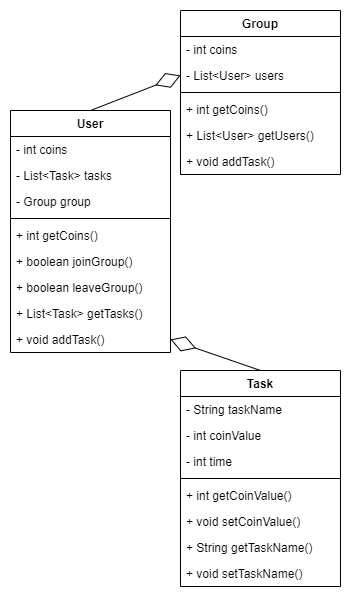
This is doc/design/class_diagram2.png from tshi13/Do-It, a draw.io export, as it was before one commit. Source tidied: cells renumbered, new cells last; positions are measured from the earlier drawing's top-left corner, leaving out a move shared by most shapes.
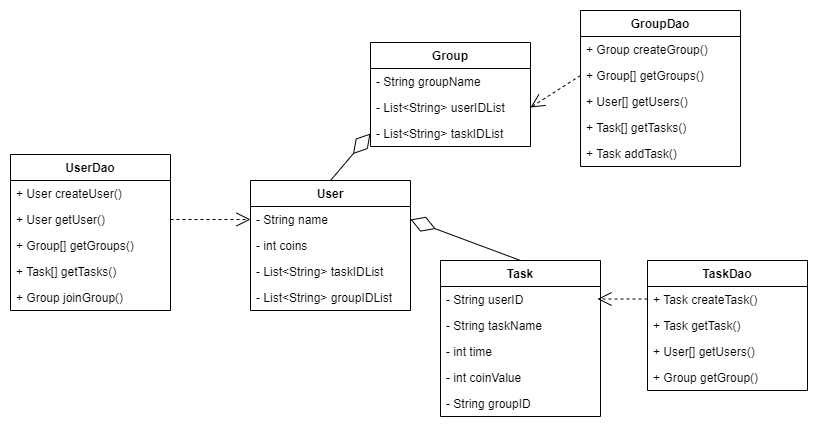
The same file after the commit.

Commit message:
Add Taiming's UML diagram

Diff of the diagram source:
```diff
@@ -3,88 +3,120 @@
     <mxCell id="0" />
     <mxCell id="1" parent="0" />
     <mxCell id="2" value="User" style="swimlane;fontStyle=1;align=center;verticalAlign=top;horizontal=1;startSize=26;" parent="1" vertex="1">
-      <mxGeometry y="100" width="160" height="242" as="geometry" />
+      <mxGeometry y="100" width="160" height="130" as="geometry" />
     </mxCell>
+    <mxCell id="30" value="- String name" style="text;strokeColor=none;fillColor=none;align=left;verticalAlign=top;spacingLeft=4;spacingRight=4;overflow=hidden;points=[[0,0.5],[1,0.5]];portConstraint=eastwest;" parent="2" vertex="1">
+      <mxGeometry y="26" width="160" height="26" as="geometry" />
+    </mxCell>
     <mxCell id="3" value="- int coins" style="text;strokeColor=none;fillColor=none;align=left;verticalAlign=top;spacingLeft=4;spacingRight=4;overflow=hidden;" parent="2" vertex="1">
-      <mxGeometry y="26" width="160" height="26" as="geometry" />
+      <mxGeometry y="52" width="160" height="26" as="geometry" />
     </mxCell>
-    <mxCell id="4" value="- List&lt;Task&gt; tasks" style="text;strokeColor=none;fillColor=none;align=left;verticalAlign=top;spacingLeft=4;spacingRight=4;overflow=hidden;" parent="2" vertex="1">
-      <mxGeometry y="52" width="160" height="26" as="geometry" />
+    <mxCell id="4" value="- List&lt;String&gt; taskIDList" style="text;strokeColor=none;fillColor=none;align=left;verticalAlign=top;spacingLeft=4;spacingRight=4;overflow=hidden;" parent="2" vertex="1">
+      <mxGeometry y="78" width="160" height="26" as="geometry" />
     </mxCell>
-    <mxCell id="5" value="- Group group" style="text;strokeColor=none;fillColor=none;align=left;verticalAlign=top;spacingLeft=4;spacingRight=4;overflow=hidden;" parent="2" vertex="1">
-      <mxGeometry y="78" width="160" height="26" as="geometry" />
+    <mxCell id="5" value="- List&lt;String&gt; groupIDList" style="text;strokeColor=none;fillColor=none;align=left;verticalAlign=top;spacingLeft=4;spacingRight=4;overflow=hidden;" parent="2" vertex="1">
+      <mxGeometry y="104" width="160" height="26" as="geometry" />
     </mxCell>
-    <mxCell id="6" style="line;strokeWidth=1;fillColor=none;align=left;verticalAlign=middle;spacingTop=-1;spacingLeft=3;spacingRight=3;labelPosition=right;strokeColor=inherit;" parent="2" vertex="1">
-      <mxGeometry y="104" width="160" height="8" as="geometry" />
-    </mxCell>
-    <mxCell id="7" value="+ int getCoins()" style="text;strokeColor=none;fillColor=none;align=left;verticalAlign=top;spacingLeft=4;spacingRight=4;overflow=hidden;" parent="2" vertex="1">
-      <mxGeometry y="112" width="160" height="26" as="geometry" />
-    </mxCell>
-    <mxCell id="8" value="+ boolean joinGroup()" style="text;strokeColor=none;fillColor=none;align=left;verticalAlign=top;spacingLeft=4;spacingRight=4;overflow=hidden;" parent="2" vertex="1">
-      <mxGeometry y="138" width="160" height="26" as="geometry" />
-    </mxCell>
-    <mxCell id="9" value="+ boolean leaveGroup() " style="text;strokeColor=none;fillColor=none;align=left;verticalAlign=top;spacingLeft=4;spacingRight=4;overflow=hidden;" parent="2" vertex="1">
-      <mxGeometry y="164" width="160" height="26" as="geometry" />
-    </mxCell>
-    <mxCell id="10" value="+ List&lt;Task&gt; getTasks()" style="text;strokeColor=none;fillColor=none;align=left;verticalAlign=top;spacingLeft=4;spacingRight=4;overflow=hidden;" parent="2" vertex="1">
-      <mxGeometry y="190" width="160" height="26" as="geometry" />
-    </mxCell>
-    <mxCell id="11" value="+ void addTask()" style="text;strokeColor=none;fillColor=none;align=left;verticalAlign=top;spacingLeft=4;spacingRight=4;overflow=hidden;points=[[0,0.5],[1,0.5]];portConstraint=eastwest;" parent="2" vertex="1">
-      <mxGeometry y="216" width="160" height="26" as="geometry" />
-    </mxCell>
     <mxCell id="12" value="Task" style="swimlane;fontStyle=1;align=center;verticalAlign=top;horizontal=1;startSize=26;" parent="1" vertex="1">
-      <mxGeometry x="170" y="360" width="160" height="216" as="geometry" />
+      <mxGeometry x="190" y="180" width="160" height="156" as="geometry" />
     </mxCell>
+    <mxCell id="31" value="- String userID" style="text;strokeColor=none;fillColor=none;align=left;verticalAlign=top;spacingLeft=4;spacingRight=4;overflow=hidden;" parent="12" vertex="1">
+      <mxGeometry y="26" width="160" height="26" as="geometry" />
+    </mxCell>
     <mxCell id="13" value="- String taskName" style="text;strokeColor=none;fillColor=none;align=left;verticalAlign=top;spacingLeft=4;spacingRight=4;overflow=hidden;" parent="12" vertex="1">
-      <mxGeometry y="26" width="160" height="26" as="geometry" />
+      <mxGeometry y="52" width="160" height="26" as="geometry" />
     </mxCell>
+    <mxCell id="15" value="- int time" style="text;strokeColor=none;fillColor=none;align=left;verticalAlign=top;spacingLeft=4;spacingRight=4;overflow=hidden;" parent="12" vertex="1">
+      <mxGeometry y="78" width="160" height="26" as="geometry" />
+    </mxCell>
     <mxCell id="14" value="- int coinValue" style="text;strokeColor=none;fillColor=none;align=left;verticalAlign=top;spacingLeft=4;spacingRight=4;overflow=hidden;" parent="12" vertex="1">
-      <mxGeometry y="52" width="160" height="26" as="geometry" />
+      <mxGeometry y="104" width="160" height="26" as="geometry" />
     </mxCell>
-    <mxCell id="15" value="- int time" style="text;strokeColor=none;fillColor=none;align=left;verticalAlign=top;spacingLeft=4;spacingRight=4;overflow=hidden;" parent="12" vertex="1">
-      <mxGeometry y="78" width="160" height="26" as="geometry" />
-    </mxCell>
-    <mxCell id="16" style="line;strokeWidth=1;fillColor=none;align=left;verticalAlign=middle;spacingTop=-1;spacingLeft=3;spacingRight=3;labelPosition=right;strokeColor=inherit;" parent="12" vertex="1">
-      <mxGeometry y="104" width="160" height="8" as="geometry" />
-    </mxCell>
-    <mxCell id="17" value="+ int getCoinValue()" style="text;strokeColor=none;fillColor=none;align=left;verticalAlign=top;spacingLeft=4;spacingRight=4;overflow=hidden;" parent="12" vertex="1">
-      <mxGeometry y="112" width="160" height="26" as="geometry" />
-    </mxCell>
-    <mxCell id="18" value="+ void setCoinValue()" style="text;strokeColor=none;fillColor=none;align=left;verticalAlign=top;spacingLeft=4;spacingRight=4;overflow=hidden;" parent="12" vertex="1">
-      <mxGeometry y="138" width="160" height="26" as="geometry" />
-    </mxCell>
-    <mxCell id="19" value="+ String getTaskName()" style="text;strokeColor=none;fillColor=none;align=left;verticalAlign=top;spacingLeft=4;spacingRight=4;overflow=hidden;" parent="12" vertex="1">
-      <mxGeometry y="164" width="160" height="26" as="geometry" />
-    </mxCell>
-    <mxCell id="20" value="+ void setTaskName()" style="text;strokeColor=none;fillColor=none;align=left;verticalAlign=top;spacingLeft=4;spacingRight=4;overflow=hidden;" parent="12" vertex="1">
-      <mxGeometry y="190" width="160" height="26" as="geometry" />
-    </mxCell>
+    <mxCell id="32" value="- String groupID" style="text;strokeColor=none;fillColor=none;align=left;verticalAlign=top;spacingLeft=4;spacingRight=4;overflow=hidden;" parent="12" vertex="1">
+      <mxGeometry y="130" width="160" height="26" as="geometry" />
+    </mxCell>
     <mxCell id="21" value="Group" style="swimlane;fontStyle=1;align=center;verticalAlign=top;horizontal=1;startSize=26;" parent="1" vertex="1">
-      <mxGeometry x="170" width="160" height="164" as="geometry" />
+      <mxGeometry x="120" y="-38" width="160" height="104" as="geometry" />
     </mxCell>
-    <mxCell id="22" value="- int coins" style="text;strokeColor=none;fillColor=none;align=left;verticalAlign=top;spacingLeft=4;spacingRight=4;overflow=hidden;" parent="21" vertex="1">
-      <mxGeometry y="26" width="160" height="26" as="geometry" />
-    </mxCell>
-    <mxCell id="23" value="- List&lt;User&gt; users" style="text;strokeColor=none;fillColor=none;align=left;verticalAlign=top;spacingLeft=4;spacingRight=4;overflow=hidden;points=[[0,0.5],[1,0.5]];portConstraint=eastwest;" parent="21" vertex="1">
-      <mxGeometry y="52" width="160" height="26" as="geometry" />
-    </mxCell>
-    <mxCell id="24" style="line;strokeWidth=1;fillColor=none;align=left;verticalAlign=middle;spacingTop=-1;spacingLeft=3;spacingRight=3;labelPosition=right;strokeColor=inherit;" parent="21" vertex="1">
-      <mxGeometry y="78" width="160" height="8" as="geometry" />
-    </mxCell>
-    <mxCell id="25" value="+ int getCoins()" style="text;strokeColor=none;fillColor=none;align=left;verticalAlign=top;spacingLeft=4;spacingRight=4;overflow=hidden;" parent="21" vertex="1">
-      <mxGeometry y="86" width="160" height="26" as="geometry" />
-    </mxCell>
-    <mxCell id="26" value="+ List&lt;User&gt; getUsers()" style="text;strokeColor=none;fillColor=none;align=left;verticalAlign=top;spacingLeft=4;spacingRight=4;overflow=hidden;" parent="21" vertex="1">
-      <mxGeometry y="112" width="160" height="26" as="geometry" />
-    </mxCell>
-    <mxCell id="27" value="+ void addTask()" style="text;strokeColor=none;fillColor=none;align=left;verticalAlign=top;spacingLeft=4;spacingRight=4;overflow=hidden;" parent="21" vertex="1">
-      <mxGeometry y="138" width="160" height="26" as="geometry" />
-    </mxCell>
+    <mxCell id="33" value="- String groupName" style="text;strokeColor=none;fillColor=none;align=left;verticalAlign=top;spacingLeft=4;spacingRight=4;overflow=hidden;" parent="21" vertex="1">
+      <mxGeometry y="26" width="160" height="26" as="geometry" />
+    </mxCell>
+    <mxCell id="34" value="- List&lt;String&gt; userIDList" style="text;strokeColor=none;fillColor=none;align=left;verticalAlign=top;spacingLeft=4;spacingRight=4;overflow=hidden;points=[[0,0.5],[1,0.5]];portConstraint=eastwest;" parent="21" vertex="1">
+      <mxGeometry y="52" width="160" height="26" as="geometry" />
+    </mxCell>
+    <mxCell id="35" value="- List&lt;String&gt; taskIDList" style="text;strokeColor=none;fillColor=none;align=left;verticalAlign=top;spacingLeft=4;spacingRight=4;overflow=hidden;points=[[0,0.5],[1,0.5]];portConstraint=eastwest;" parent="21" vertex="1">
+      <mxGeometry y="78" width="160" height="26" as="geometry" />
+    </mxCell>
-    <mxCell id="28" style="endArrow=diamondThin;endFill=0;endSize=24;html=1;rounded=0;entryX=1;entryY=0.5;entryDx=0;entryDy=0;exitX=0.5;exitY=0;exitDx=0;exitDy=0;" parent="1" edge="1" source="12" target="11">
+    <mxCell id="28" style="endArrow=diamondThin;endFill=0;endSize=24;html=1;rounded=0;entryX=1;entryY=0.5;entryDx=0;entryDy=0;exitX=0.5;exitY=0;exitDx=0;exitDy=0;" parent="1" edge="1" source="12" target="30">
       <mxGeometry relative="1" as="geometry" />
     </mxCell>
-    <mxCell id="29" style="endArrow=diamondThin;endFill=0;endSize=24;html=1;rounded=0;entryX=0;entryY=0.5;entryDx=0;entryDy=0;exitX=0.5;exitY=0;exitDx=0;exitDy=0;" parent="1" edge="1" source="2" target="23">
+    <mxCell id="29" style="endArrow=diamondThin;endFill=0;endSize=24;html=1;rounded=0;exitX=0.5;exitY=0;exitDx=0;exitDy=0;entryX=0;entryY=0.5;entryDx=0;entryDy=0;" parent="1" edge="1" source="2" target="35">
       <mxGeometry relative="1" as="geometry" />
     </mxCell>
+    <mxCell id="36" value="UserDao" style="swimlane;fontStyle=1;align=center;verticalAlign=top;horizontal=1;startSize=26;" parent="1" vertex="1">
+      <mxGeometry x="-240" y="74" width="160" height="156" as="geometry" />
+    </mxCell>
+    <mxCell id="37" value="+ User createUser()" style="text;strokeColor=none;fillColor=none;align=left;verticalAlign=top;spacingLeft=4;spacingRight=4;overflow=hidden;" parent="36" vertex="1">
+      <mxGeometry y="26" width="160" height="26" as="geometry" />
+    </mxCell>
+    <mxCell id="38" value="+ User getUser()" style="text;strokeColor=none;fillColor=none;align=left;verticalAlign=top;spacingLeft=4;spacingRight=4;overflow=hidden;points=[[0,0.5],[1,0.5]];portConstraint=eastwest;" parent="36" vertex="1">
+      <mxGeometry y="52" width="160" height="26" as="geometry" />
+    </mxCell>
+    <mxCell id="39" value="+ Group[] getGroups()" style="text;strokeColor=none;fillColor=none;align=left;verticalAlign=top;spacingLeft=4;spacingRight=4;overflow=hidden;" parent="36" vertex="1">
+      <mxGeometry y="78" width="160" height="26" as="geometry" />
+    </mxCell>
+    <mxCell id="40" value="+ Task[] getTasks()" style="text;strokeColor=none;fillColor=none;align=left;verticalAlign=top;spacingLeft=4;spacingRight=4;overflow=hidden;" parent="36" vertex="1">
+      <mxGeometry y="104" width="160" height="26" as="geometry" />
+    </mxCell>
+    <mxCell id="8" value="+ Group joinGroup()" style="text;strokeColor=none;fillColor=none;align=left;verticalAlign=top;spacingLeft=4;spacingRight=4;overflow=hidden;" parent="36" vertex="1">
+      <mxGeometry y="130" width="160" height="26" as="geometry" />
+    </mxCell>
+    <mxCell id="41" value="GroupDao" style="swimlane;fontStyle=1;align=center;verticalAlign=top;horizontal=1;startSize=26;" parent="1" vertex="1">
+      <mxGeometry x="330" y="-70" width="160" height="156" as="geometry" />
+    </mxCell>
+    <mxCell id="42" value="+ Group createGroup()" style="text;strokeColor=none;fillColor=none;align=left;verticalAlign=top;spacingLeft=4;spacingRight=4;overflow=hidden;" parent="41" vertex="1">
+      <mxGeometry y="26" width="160" height="26" as="geometry" />
+    </mxCell>
+    <mxCell id="43" value="+ Group[] getGroups()" style="text;strokeColor=none;fillColor=none;align=left;verticalAlign=top;spacingLeft=4;spacingRight=4;overflow=hidden;" parent="41" vertex="1">
+      <mxGeometry y="52" width="160" height="26" as="geometry" />
+    </mxCell>
+    <mxCell id="44" value="+ User[] getUsers()" style="text;strokeColor=none;fillColor=none;align=left;verticalAlign=top;spacingLeft=4;spacingRight=4;overflow=hidden;" parent="41" vertex="1">
+      <mxGeometry y="78" width="160" height="26" as="geometry" />
+    </mxCell>
+    <mxCell id="45" value="+ Task[] getTasks()" style="text;strokeColor=none;fillColor=none;align=left;verticalAlign=top;spacingLeft=4;spacingRight=4;overflow=hidden;" parent="41" vertex="1">
+      <mxGeometry y="104" width="160" height="26" as="geometry" />
+    </mxCell>
+    <mxCell id="46" value="+ Task addTask()" style="text;strokeColor=none;fillColor=none;align=left;verticalAlign=top;spacingLeft=4;spacingRight=4;overflow=hidden;" parent="41" vertex="1">
+      <mxGeometry y="130" width="160" height="26" as="geometry" />
+    </mxCell>
+    <mxCell id="47" style="endArrow=open;endFill=1;endSize=12;html=1;rounded=0;dashed=1;exitX=1;exitY=0.5;exitDx=0;exitDy=0;entryX=0;entryY=0.5;entryDx=0;entryDy=0;" parent="1" edge="1" source="38" target="30">
+      <mxGeometry relative="1" as="geometry" />
+    </mxCell>
+    <mxCell id="48" style="endArrow=open;endFill=1;endSize=12;html=1;rounded=0;dashed=1;exitX=0;exitY=0.5;exitDx=0;exitDy=0;entryX=1;entryY=0.5;entryDx=0;entryDy=0;" parent="1" edge="1" target="34">
+      <mxGeometry relative="1" as="geometry">
+        <mxPoint x="330" y="-5" as="sourcePoint" />
+      </mxGeometry>
+    </mxCell>
+    <mxCell id="49" value="TaskDao" style="swimlane;fontStyle=1;align=center;verticalAlign=top;horizontal=1;startSize=26;" parent="1" vertex="1">
+      <mxGeometry x="397" y="180" width="160" height="130" as="geometry" />
+    </mxCell>
+    <mxCell id="50" value="+ Task createTask()" style="text;strokeColor=none;fillColor=none;align=left;verticalAlign=top;spacingLeft=4;spacingRight=4;overflow=hidden;" parent="49" vertex="1">
+      <mxGeometry y="26" width="160" height="26" as="geometry" />
+    </mxCell>
+    <mxCell id="51" value="+ Task getTask()" style="text;strokeColor=none;fillColor=none;align=left;verticalAlign=top;spacingLeft=4;spacingRight=4;overflow=hidden;" parent="49" vertex="1">
+      <mxGeometry y="52" width="160" height="26" as="geometry" />
+    </mxCell>
+    <mxCell id="52" value="+ User[] getUsers()" style="text;strokeColor=none;fillColor=none;align=left;verticalAlign=top;spacingLeft=4;spacingRight=4;overflow=hidden;" parent="49" vertex="1">
+      <mxGeometry y="78" width="160" height="26" as="geometry" />
+    </mxCell>
+    <mxCell id="53" value="+ Group getGroup()" style="text;strokeColor=none;fillColor=none;align=left;verticalAlign=top;spacingLeft=4;spacingRight=4;overflow=hidden;" parent="49" vertex="1">
+      <mxGeometry y="104" width="160" height="26" as="geometry" />
+    </mxCell>
+    <mxCell id="54" style="endArrow=open;endFill=1;endSize=12;html=1;rounded=0;dashed=1;exitX=0;exitY=0.5;exitDx=0;exitDy=0;entryX=1;entryY=0.5;entryDx=0;entryDy=0;" parent="1" edge="1">
+      <mxGeometry relative="1" as="geometry">
+        <mxPoint x="397" y="218.5" as="sourcePoint" />
+        <mxPoint x="347" y="218.5" as="targetPoint" />
+      </mxGeometry>
+    </mxCell>
   </root>
 </mxGraphModel>
```
